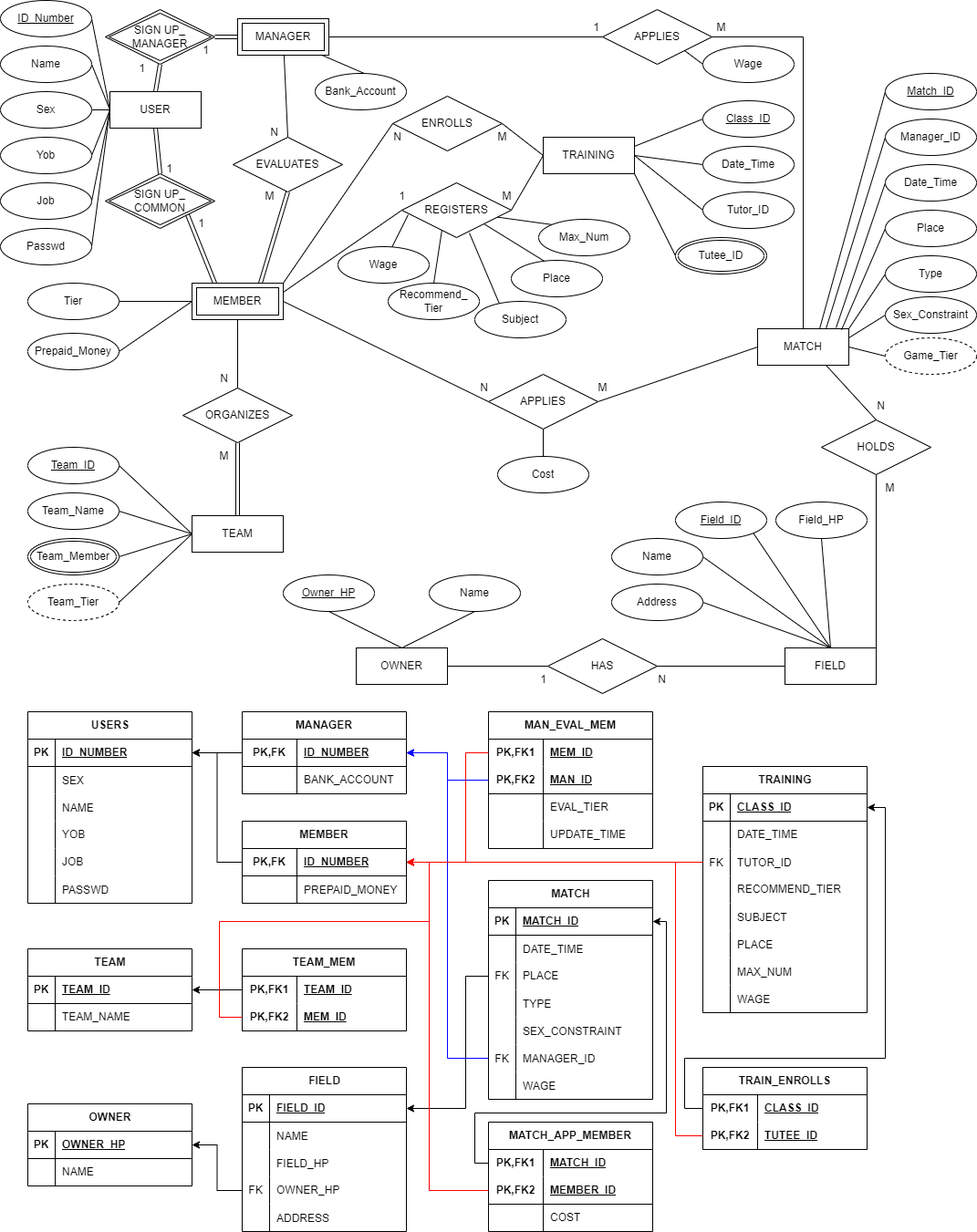
This is erd.png from eutopia115/DB, a draw.io export, as it was before one commit. Source tidied: cells renumbered, new cells last; positions are measured from the earlier drawing's top-left corner, leaving out a move shared by most shapes.
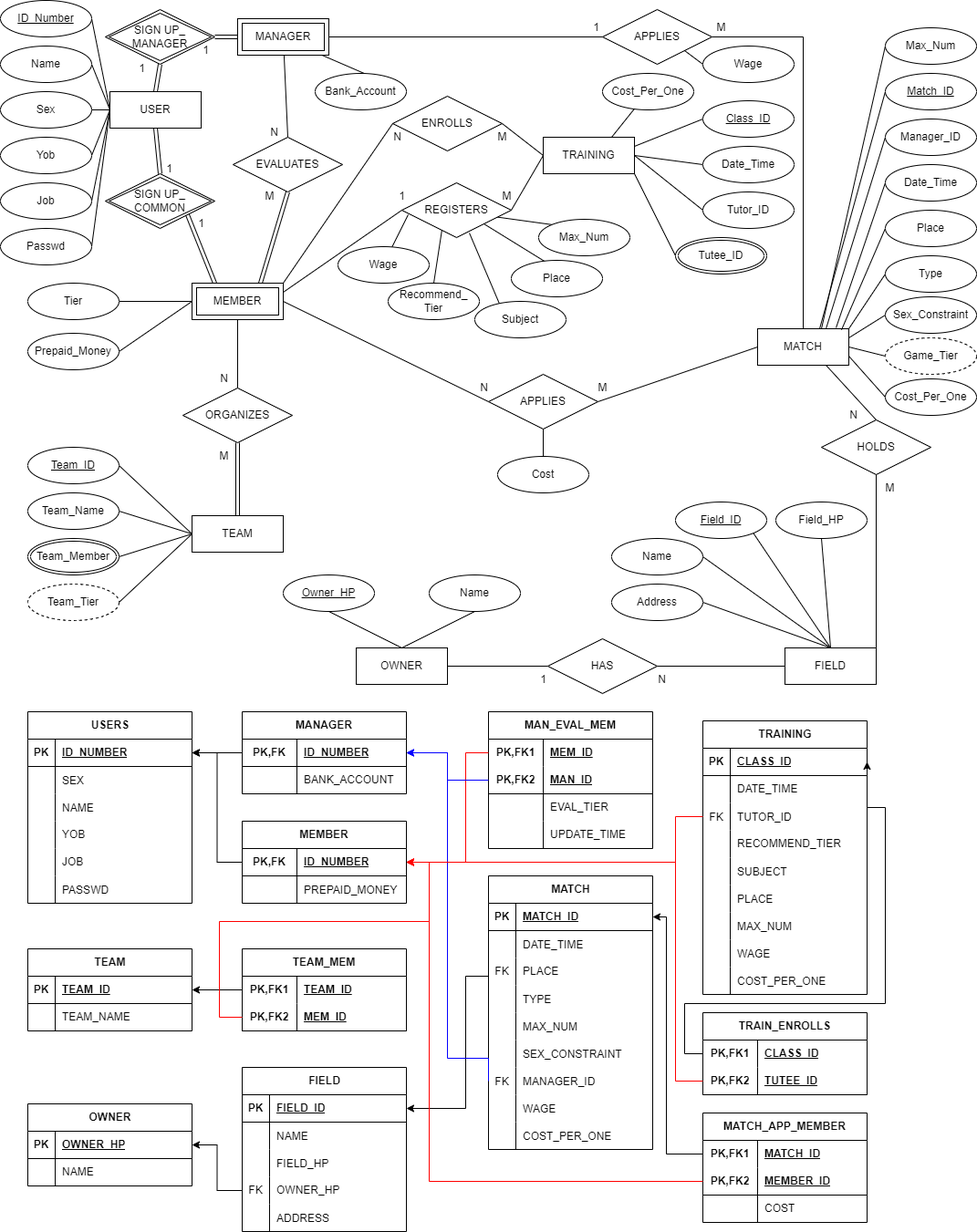
The same diagram one commit later.

What changed in the source:
```diff
@@ -125,6 +125,9 @@
     <mxCell id="42" style="edgeStyle=none;rounded=0;jettySize=auto;html=1;exitX=0.75;exitY=1;exitDx=0;exitDy=0;entryX=0.5;entryY=0;entryDx=0;entryDy=0;endArrow=none;endFill=0;" parent="1" edge="1" source="43" target="67">
       <mxGeometry relative="1" as="geometry" />
     </mxCell>
+    <mxCell id="295" style="rounded=0;jettySize=auto;html=1;exitX=1;exitY=0.75;exitDx=0;exitDy=0;entryX=0;entryY=0.5;entryDx=0;entryDy=0;endArrow=none;endFill=0;" parent="1" edge="1" source="43" target="307">
+      <mxGeometry relative="1" as="geometry" />
+    </mxCell>
     <mxCell id="43" value="MATCH" style="whiteSpace=wrap;html=1;align=center;" parent="1" vertex="1">
       <mxGeometry x="830" y="360" width="100" height="40" as="geometry" />
     </mxCell>
@@ -296,7 +299,7 @@
       <mxGeometry x="960" y="520" width="30" height="30" as="geometry" />
     </mxCell>
     <mxCell id="99" value="N" style="text;html=1;align=center;verticalAlign=middle;strokeColor=none;fillColor=none;" parent="1" vertex="1">
-      <mxGeometry x="950" y="430" width="30" height="30" as="geometry" />
+      <mxGeometry x="920" y="440" width="30" height="30" as="geometry" />
     </mxCell>
     <mxCell id="100" value="1" style="text;html=1;align=center;verticalAlign=middle;strokeColor=none;fillColor=none;" parent="1" vertex="1">
       <mxGeometry x="580" y="730" width="30" height="30" as="geometry" />
@@ -313,6 +316,9 @@
     <mxCell id="104" style="edgeStyle=none;rounded=0;jettySize=auto;html=1;exitX=1;exitY=1;exitDx=0;exitDy=0;endArrow=none;endFill=0;entryX=0.38;entryY=0.05;entryDx=0;entryDy=0;entryPerimeter=0;" parent="1" edge="1" source="109" target="110">
       <mxGeometry relative="1" as="geometry" />
     </mxCell>
+    <mxCell id="296" style="rounded=0;jettySize=auto;html=1;exitX=0.75;exitY=0;exitDx=0;exitDy=0;endArrow=none;endFill=0;" parent="1" edge="1" source="105" target="306">
+      <mxGeometry relative="1" as="geometry" />
+    </mxCell>
     <mxCell id="105" value="TRAINING" style="whiteSpace=wrap;html=1;align=center;" parent="1" vertex="1">
       <mxGeometry x="595" y="150" width="100" height="40" as="geometry" />
     </mxCell>
@@ -589,7 +595,7 @@
       </mxGeometry>
     </mxCell>
     <mxCell id="195" value="TRAINING" style="shape=table;startSize=30;rowLines=0;fontStyle=1;align=center;html=1;" parent="1" vertex="1">
-      <mxGeometry x="770" y="840" width="180" height="270" as="geometry" />
+      <mxGeometry x="770" y="790" width="180" height="300" as="geometry" />
     </mxCell>
     <mxCell id="196" style="shape=tableRow;horizontal=0;startSize=0;swimlaneHead=0;swimlaneBody=0;fillColor=none;points=[[0,0.5],[1,0.5]];portConstraint=eastwest;top=0;left=0;right=0;bottom=1;" parent="195" vertex="1">
       <mxGeometry y="30" width="180" height="30" as="geometry" />
@@ -663,8 +669,17 @@
     <mxCell id="219" value="WAGE" style="shape=partialRectangle;fillColor=none;top=0;left=0;bottom=0;right=0;align=left;spacingLeft=6;overflow=hidden;" parent="217" vertex="1">
       <mxGeometry x="30" width="150" height="30" as="geometry" />
     </mxCell>
+    <mxCell id="297" style="shape=tableRow;horizontal=0;startSize=0;swimlaneHead=0;swimlaneBody=0;fillColor=none;top=0;left=0;right=0;bottom=0;" parent="195" vertex="1">
+      <mxGeometry y="270" width="180" height="30" as="geometry" />
+    </mxCell>
+    <mxCell id="298" style="shape=partialRectangle;fillColor=none;top=0;left=0;bottom=0;right=0;overflow=hidden;" parent="297" vertex="1">
+      <mxGeometry width="30" height="30" as="geometry" />
+    </mxCell>
+    <mxCell id="299" value="COST_PER_ONE" style="shape=partialRectangle;fillColor=none;top=0;left=0;bottom=0;right=0;align=left;spacingLeft=6;overflow=hidden;" parent="297" vertex="1">
+      <mxGeometry x="30" width="150" height="30" as="geometry" />
+    </mxCell>
     <mxCell id="220" value="TRAIN_ENROLLS" style="shape=table;startSize=30;rowLines=0;fontStyle=1;align=center;html=1;whiteSpace=wrap;" parent="1" vertex="1">
-      <mxGeometry x="770" y="1170" width="180" height="90" as="geometry" />
+      <mxGeometry x="770" y="1110" width="180" height="90" as="geometry" />
     </mxCell>
     <mxCell id="221" style="shape=tableRow;horizontal=0;startSize=0;swimlaneHead=0;swimlaneBody=0;fillColor=none;points=[[0,0.5],[1,0.5]];portConstraint=eastwest;top=0;left=0;right=0;bottom=0;html=1;" parent="220" vertex="1">
       <mxGeometry y="30" width="180" height="30" as="geometry" />
@@ -685,7 +700,7 @@
       <mxGeometry x="60" width="120" height="30" as="geometry" />
     </mxCell>
     <mxCell id="227" value="MATCH" style="shape=table;startSize=30;rowLines=0;fontStyle=1;align=center;html=1;" parent="1" vertex="1">
-      <mxGeometry x="535" y="965" width="180" height="240" as="geometry" />
+      <mxGeometry x="535" y="960" width="180" height="300" as="geometry" />
     </mxCell>
     <mxCell id="228" style="shape=tableRow;horizontal=0;startSize=0;swimlaneHead=0;swimlaneBody=0;fillColor=none;points=[[0,0.5],[1,0.5]];portConstraint=eastwest;top=0;left=0;right=0;bottom=1;" parent="227" vertex="1">
       <mxGeometry y="30" width="180" height="30" as="geometry" />
@@ -723,8 +738,17 @@
     <mxCell id="239" value="TYPE" style="shape=partialRectangle;fillColor=none;top=0;left=0;bottom=0;right=0;align=left;spacingLeft=6;overflow=hidden;" parent="237" vertex="1">
       <mxGeometry x="30" width="150" height="30" as="geometry" />
     </mxCell>
+    <mxCell id="300" style="shape=tableRow;horizontal=0;startSize=0;swimlaneHead=0;swimlaneBody=0;fillColor=none;top=0;left=0;right=0;bottom=0;" parent="227" vertex="1">
+      <mxGeometry y="150" width="180" height="30" as="geometry" />
+    </mxCell>
+    <mxCell id="301" style="shape=partialRectangle;fillColor=none;top=0;left=0;bottom=0;right=0;overflow=hidden;" parent="300" vertex="1">
+      <mxGeometry width="30" height="30" as="geometry" />
+    </mxCell>
+    <mxCell id="302" value="MAX_NUM" style="shape=partialRectangle;fillColor=none;top=0;left=0;bottom=0;right=0;align=left;spacingLeft=6;overflow=hidden;" parent="300" vertex="1">
+      <mxGeometry x="30" width="150" height="30" as="geometry" />
+    </mxCell>
     <mxCell id="240" style="shape=tableRow;horizontal=0;startSize=0;swimlaneHead=0;swimlaneBody=0;fillColor=none;top=0;left=0;right=0;bottom=0;" parent="227" vertex="1">
-      <mxGeometry y="150" width="180" height="30" as="geometry" />
+      <mxGeometry y="180" width="180" height="30" as="geometry" />
     </mxCell>
     <mxCell id="241" style="shape=partialRectangle;fillColor=none;top=0;left=0;bottom=0;right=0;overflow=hidden;" parent="240" vertex="1">
       <mxGeometry width="30" height="30" as="geometry" />
@@ -733,7 +757,7 @@
       <mxGeometry x="30" width="150" height="30" as="geometry" />
     </mxCell>
     <mxCell id="243" style="shape=tableRow;horizontal=0;startSize=0;swimlaneHead=0;swimlaneBody=0;fillColor=none;points=[[0,0.5],[1,0.5]];portConstraint=eastwest;top=0;left=0;right=0;bottom=0;" parent="227" vertex="1">
-      <mxGeometry y="180" width="180" height="30" as="geometry" />
+      <mxGeometry y="210" width="180" height="30" as="geometry" />
     </mxCell>
     <mxCell id="244" value="FK" style="shape=partialRectangle;fillColor=none;top=0;left=0;bottom=0;right=0;overflow=hidden;" parent="243" vertex="1">
       <mxGeometry width="30" height="30" as="geometry" />
@@ -742,7 +766,7 @@
       <mxGeometry x="30" width="150" height="30" as="geometry" />
     </mxCell>
     <mxCell id="246" style="shape=tableRow;horizontal=0;startSize=0;swimlaneHead=0;swimlaneBody=0;fillColor=none;top=0;left=0;right=0;bottom=0;" parent="227" vertex="1">
-      <mxGeometry y="210" width="180" height="30" as="geometry" />
+      <mxGeometry y="240" width="180" height="30" as="geometry" />
     </mxCell>
     <mxCell id="247" style="shape=partialRectangle;fillColor=none;top=0;left=0;bottom=0;right=0;overflow=hidden;" parent="246" vertex="1">
       <mxGeometry width="30" height="30" as="geometry" />
@@ -750,8 +774,17 @@
     <mxCell id="248" value="WAGE" style="shape=partialRectangle;fillColor=none;top=0;left=0;bottom=0;right=0;align=left;spacingLeft=6;overflow=hidden;" parent="246" vertex="1">
       <mxGeometry x="30" width="150" height="30" as="geometry" />
     </mxCell>
+    <mxCell id="303" style="shape=tableRow;horizontal=0;startSize=0;swimlaneHead=0;swimlaneBody=0;fillColor=none;top=0;left=0;right=0;bottom=0;" parent="227" vertex="1">
+      <mxGeometry y="270" width="180" height="30" as="geometry" />
+    </mxCell>
+    <mxCell id="304" style="shape=partialRectangle;fillColor=none;top=0;left=0;bottom=0;right=0;overflow=hidden;" parent="303" vertex="1">
+      <mxGeometry width="30" height="30" as="geometry" />
+    </mxCell>
+    <mxCell id="305" value="COST_PER_ONE" style="shape=partialRectangle;fillColor=none;top=0;left=0;bottom=0;right=0;align=left;spacingLeft=6;overflow=hidden;" parent="303" vertex="1">
+      <mxGeometry x="30" width="150" height="30" as="geometry" />
+    </mxCell>
     <mxCell id="249" value="MATCH_APP_MEMBER" style="shape=table;startSize=30;rowLines=0;fontStyle=1;align=center;html=1;whiteSpace=wrap;" parent="1" vertex="1">
-      <mxGeometry x="535" y="1230" width="180" height="120" as="geometry" />
+      <mxGeometry x="770" y="1220" width="180" height="120" as="geometry" />
     </mxCell>
     <mxCell id="250" style="shape=tableRow;horizontal=0;startSize=0;swimlaneHead=0;swimlaneBody=0;fillColor=none;points=[[0,0.5],[1,0.5]];portConstraint=eastwest;top=0;left=0;right=0;bottom=0;html=1;" parent="249" vertex="1">
       <mxGeometry y="30" width="180" height="30" as="geometry" />
@@ -879,20 +912,10 @@
         </Array>
       </mxGeometry>
     </mxCell>
-    <mxCell id="288" style="edgeStyle=orthogonalEdgeStyle;rounded=0;jettySize=auto;html=1;exitX=0;exitY=0.5;exitDx=0;exitDy=0;" parent="1" edge="1" source="250" target="228">
-      <mxGeometry relative="1" as="geometry">
-        <Array as="points">
-          <mxPoint x="520" y="1275" />
-          <mxPoint x="520" y="1220" />
-          <mxPoint x="730" y="1220" />
-          <mxPoint x="730" y="1010" />
-        </Array>
-      </mxGeometry>
-    </mxCell>
     <mxCell id="289" style="edgeStyle=orthogonalEdgeStyle;rounded=0;jettySize=auto;html=1;exitX=0;exitY=0.5;exitDx=0;exitDy=0;entryX=1;entryY=0.5;entryDx=0;entryDy=0;strokeColor=#ff0000;" parent="1" edge="1" source="253" target="159">
       <mxGeometry relative="1" as="geometry">
         <Array as="points">
-          <mxPoint x="470" y="1305" />
+          <mxPoint x="470" y="1295" />
           <mxPoint x="470" y="945" />
         </Array>
       </mxGeometry>
@@ -916,23 +939,51 @@
     <mxCell id="292" style="edgeStyle=orthogonalEdgeStyle;rounded=0;jettySize=auto;html=1;exitX=0;exitY=0.5;exitDx=0;exitDy=0;entryX=1;entryY=0.5;entryDx=0;entryDy=0;strokeColor=#ff0000;" parent="1" edge="1" source="224" target="159">
       <mxGeometry relative="1" as="geometry">
         <Array as="points">
-          <mxPoint x="740" y="1245" />
+          <mxPoint x="740" y="1185" />
           <mxPoint x="740" y="945" />
         </Array>
       </mxGeometry>
     </mxCell>
     <mxCell id="293" style="edgeStyle=orthogonalEdgeStyle;rounded=0;jettySize=auto;html=1;exitX=0;exitY=0.5;exitDx=0;exitDy=0;entryX=1;entryY=0.5;entryDx=0;entryDy=0;strokeColor=#ff0000;" parent="1" edge="1" source="202" target="159">
-      <mxGeometry relative="1" as="geometry" />
+      <mxGeometry relative="1" as="geometry">
+        <Array as="points">
+          <mxPoint x="740" y="895" />
+          <mxPoint x="740" y="945" />
+        </Array>
+      </mxGeometry>
     </mxCell>
     <mxCell id="294" style="edgeStyle=orthogonalEdgeStyle;rounded=0;jettySize=auto;html=1;exitX=0;exitY=0.5;exitDx=0;exitDy=0;entryX=1;entryY=0.5;entryDx=0;entryDy=0;" parent="1" edge="1" source="221" target="196">
       <mxGeometry relative="1" as="geometry">
         <Array as="points">
-          <mxPoint x="750" y="1215" />
-          <mxPoint x="750" y="1160" />
-          <mxPoint x="970" y="1160" />
+          <mxPoint x="750" y="1155" />
+          <mxPoint x="750" y="1100" />
+          <mxPoint x="970" y="1100" />
           <mxPoint x="970" y="885" />
+          <mxPoint x="950" y="885" />
         </Array>
       </mxGeometry>
     </mxCell>
+    <mxCell id="306" value="Cost_Per_One" style="ellipse;whiteSpace=wrap;html=1;align=center;" parent="1" vertex="1">
+      <mxGeometry x="660" y="80" width="100" height="40" as="geometry" />
+    </mxCell>
+    <mxCell id="307" value="Cost_Per_One" style="ellipse;whiteSpace=wrap;html=1;align=center;" parent="1" vertex="1">
+      <mxGeometry x="970" y="415" width="100" height="40" as="geometry" />
+    </mxCell>
+    <mxCell id="308" style="rounded=0;jettySize=auto;html=1;exitX=0;exitY=0.5;exitDx=0;exitDy=0;endArrow=none;endFill=0;" parent="1" edge="1" source="309">
+      <mxGeometry relative="1" as="geometry">
+        <mxPoint x="900" y="360" as="targetPoint" />
+      </mxGeometry>
+    </mxCell>
+    <mxCell id="309" value="Max_Num" style="ellipse;whiteSpace=wrap;html=1;align=center;" parent="1" vertex="1">
+      <mxGeometry x="970" y="30" width="100" height="40" as="geometry" />
+    </mxCell>
+    <mxCell id="288" style="edgeStyle=orthogonalEdgeStyle;rounded=0;jettySize=auto;html=1;exitX=0;exitY=0.5;exitDx=0;exitDy=0;entryX=1;entryY=0.5;entryDx=0;entryDy=0;" parent="1" edge="1" source="250" target="228">
+      <mxGeometry relative="1" as="geometry">
+        <Array as="points">
+          <mxPoint x="730" y="1265" />
+          <mxPoint x="730" y="1005" />
+        </Array>
+      </mxGeometry>
+    </mxCell>
   </root>
 </mxGraphModel>
```
